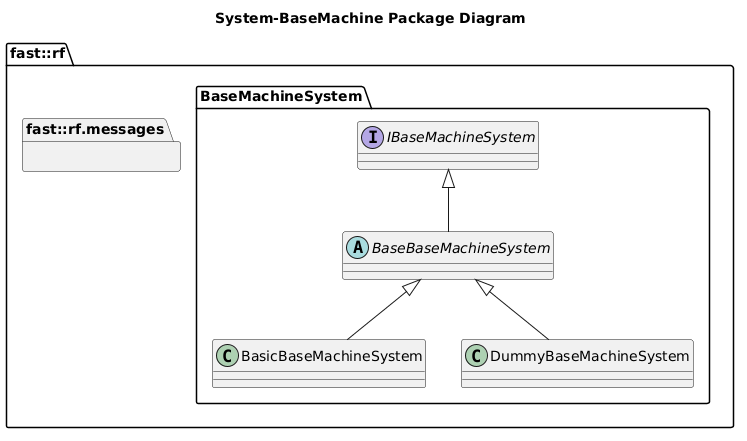
The PlantUML diagram Systems/BaseMachine/doc/puml/SystemBaseMachinePackageDiagram.png in fastrobotics/robot_framework, before a commit. Source of this version:
```plantuml
@startuml
title System-BaseMachine Package Diagram

namespace fast::rf {
  namespace messages  {}
  namespace BaseMachineSystem {
    interface IBaseMachineSystem {
    }
    abstract BaseBaseMachineSystem {
    }
    IBaseMachineSystem <|-- BaseBaseMachineSystem
    class BasicBaseMachineSystem {

    }
    BaseBaseMachineSystem <|-- BasicBaseMachineSystem
    class DummyBaseMachineSystem  {
    }
    BaseBaseMachineSystem <|-- DummyBaseMachineSystem
  }
}
@enduml
```
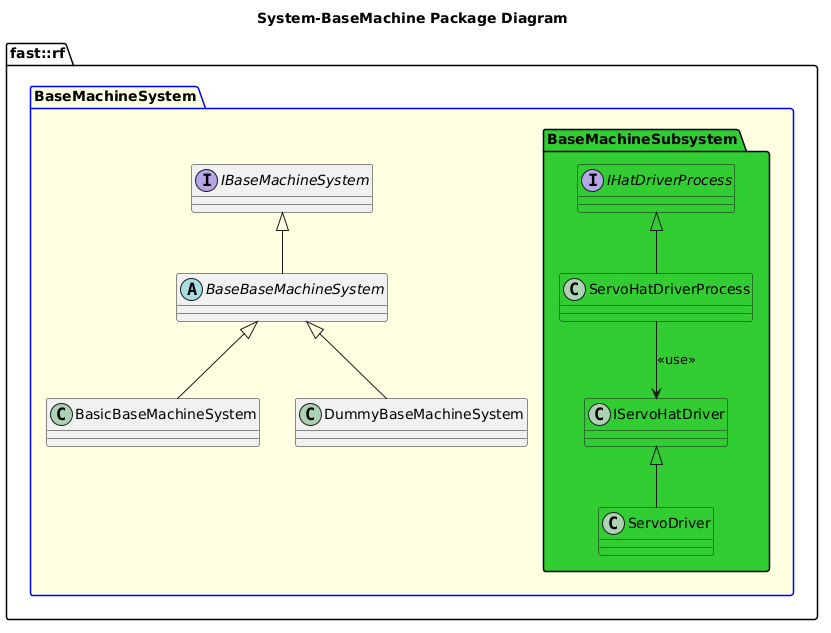
The same diagram one commit later.

Diff of the diagram source:
```diff
@@ -2,8 +2,7 @@
 title System-BaseMachine Package Diagram
 
 namespace fast::rf {
-  namespace messages  {}
-  namespace BaseMachineSystem {
+  package BaseMachineSystem #LightYellow;line:blue {
     interface IBaseMachineSystem {
     }
     abstract BaseBaseMachineSystem {
@@ -16,6 +15,15 @@
     class DummyBaseMachineSystem  {
     }
     BaseBaseMachineSystem <|-- DummyBaseMachineSystem
+    namespace BaseMachineSubsystem #LimeGreen {
+      interface IHatDriverProcess #LimeGreen
+      class ServoHatDriverProcess #LimeGreen
+      ServoHatDriverProcess -up-|> IHatDriverProcess
+      class IServoHatDriver #LimeGreen
+      class ServoDriver #LimeGreen
+      ServoDriver -up-|> IServoHatDriver
+      ServoHatDriverProcess --> IServoHatDriver: <<use>>
+    }
   }
 }
 @enduml
```
